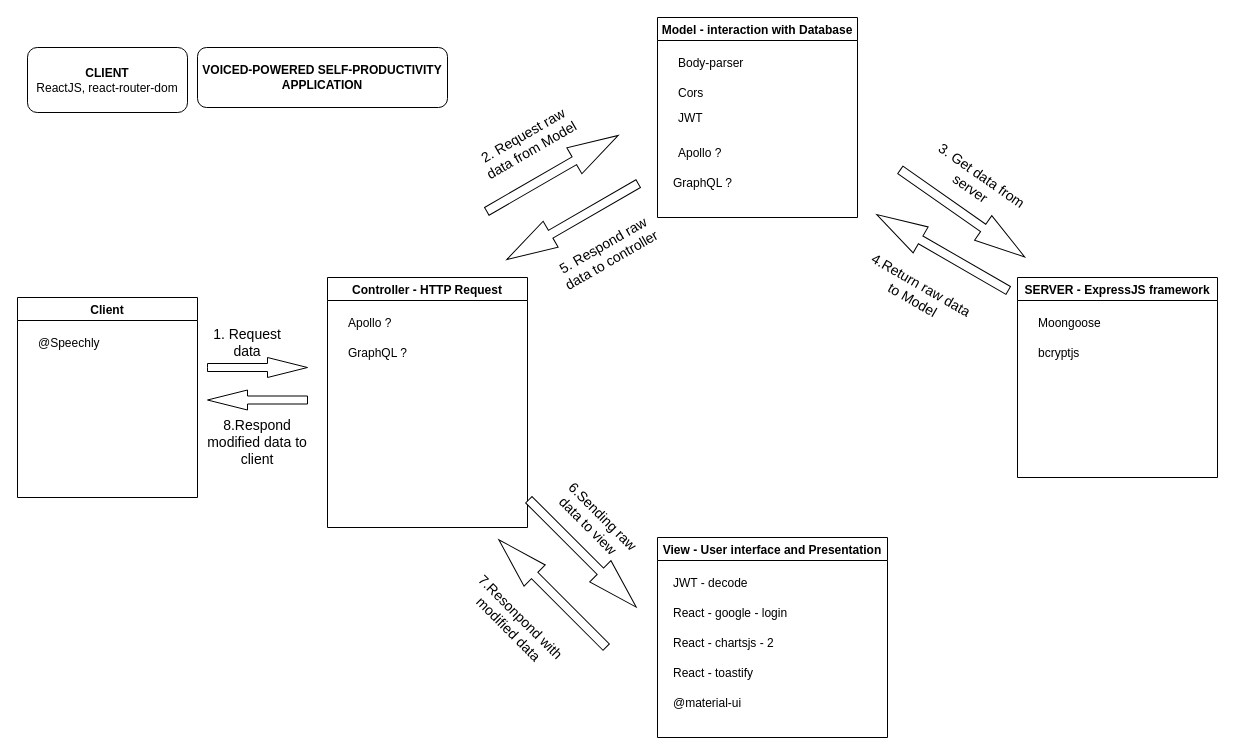
The draw.io diagram images/architecture.drawio in ViNguyen3747/Voice-Powered-Self-Productivity, before the edit. Source tidied: cells renumbered, new cells numbered last; positions are measured from the earlier drawing's top-left corner, leaving out a move shared by most shapes. Both pictures are drawn from the tidied source at 100%, with x=0, y=0 at pixel (17, 17).
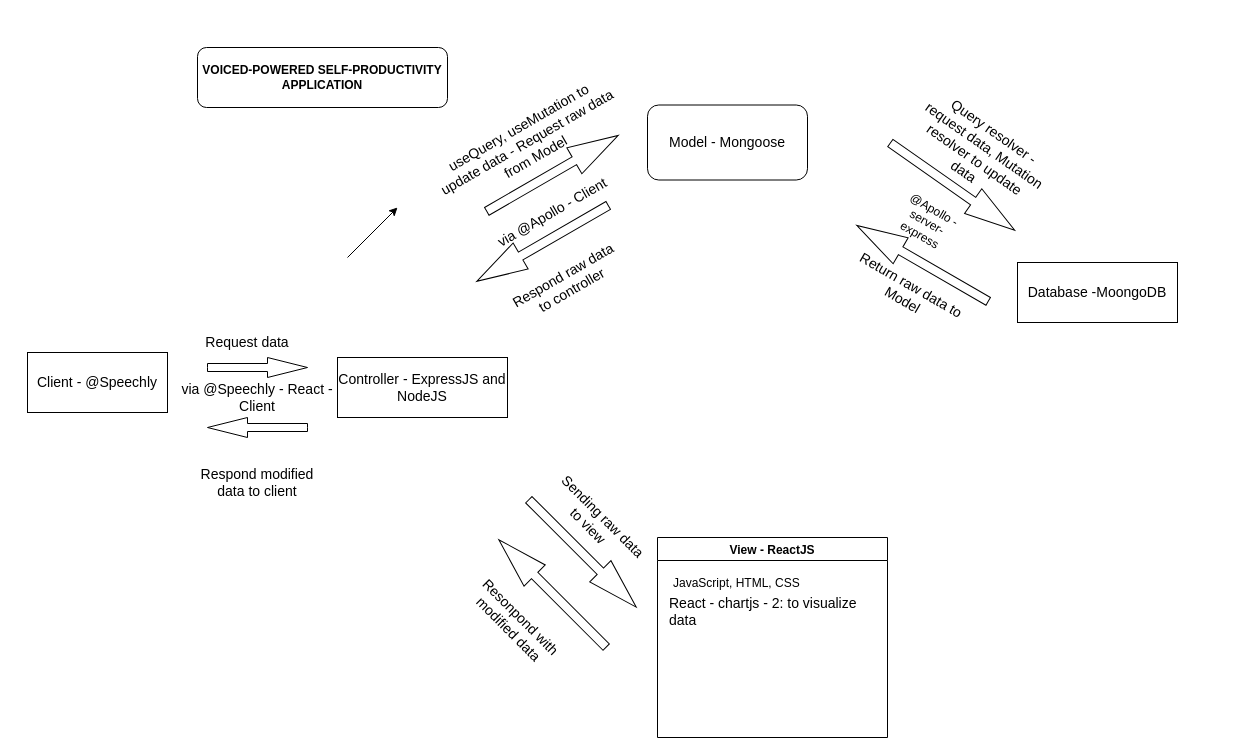
Above is the later version.

What changed in the source:
```diff
@@
-    <mxCell id="2" value="&lt;b&gt;CLIENT&lt;/b&gt;&lt;br&gt;ReactJS, react-router-dom" style="rounded=1;whiteSpace=wrap;html=1;" parent="1" vertex="1">
-      <mxGeometry x="10" y="30" width="160" height="65" as="geometry" />
-    </mxCell>
-    <mxCell id="3" value="Controller - HTTP Request" style="swimlane;align=center;" parent="1" vertex="1">
-      <mxGeometry x="310" y="260" width="200" height="250" as="geometry" />
-    </mxCell>
-    <mxCell id="4" value="Apollo ?" style="text;strokeColor=none;fillColor=none;align=left;verticalAlign=middle;spacingLeft=4;spacingRight=4;overflow=hidden;" parent="3" vertex="1">
-      <mxGeometry x="15" y="30" width="170" height="30" as="geometry" />
-    </mxCell>
-    <mxCell id="5" value="GraphQL ?" style="text;strokeColor=none;fillColor=none;align=left;verticalAlign=middle;spacingLeft=4;spacingRight=4;overflow=hidden;" parent="3" vertex="1">
-      <mxGeometry x="15" y="60" width="170" height="30" as="geometry" />
-    </mxCell>
-    <mxCell id="6" value="Model - interaction with Database" style="swimlane;align=center;" parent="1" vertex="1">
-      <mxGeometry x="640" width="200" height="200" as="geometry" />
-    </mxCell>
-    <mxCell id="7" value="Body-parser" style="text;strokeColor=none;fillColor=none;align=left;verticalAlign=middle;spacingLeft=4;spacingRight=4;overflow=hidden;" parent="6" vertex="1">
-      <mxGeometry x="15" y="30" width="170" height="30" as="geometry" />
-    </mxCell>
-    <mxCell id="8" value="Cors" style="text;strokeColor=none;fillColor=none;align=left;verticalAlign=middle;spacingLeft=4;spacingRight=4;overflow=hidden;" parent="6" vertex="1">
-      <mxGeometry x="15" y="60" width="170" height="30" as="geometry" />
-    </mxCell>
-    <mxCell id="9" value="JWT" style="text;strokeColor=none;fillColor=none;align=left;verticalAlign=middle;spacingLeft=4;spacingRight=4;overflow=hidden;" parent="6" vertex="1">
-      <mxGeometry x="15" y="85" width="170" height="30" as="geometry" />
-    </mxCell>
-    <mxCell id="10" value="Apollo ?" style="text;strokeColor=none;fillColor=none;align=left;verticalAlign=middle;spacingLeft=4;spacingRight=4;overflow=hidden;" parent="6" vertex="1">
-      <mxGeometry x="15" y="120" width="170" height="30" as="geometry" />
-    </mxCell>
-    <mxCell id="11" value="GraphQL ?" style="text;strokeColor=none;fillColor=none;align=left;verticalAlign=middle;spacingLeft=4;spacingRight=4;overflow=hidden;" parent="6" vertex="1">
-      <mxGeometry x="10" y="150" width="170" height="30" as="geometry" />
-    </mxCell>
-    <mxCell id="12" value="View - User interface and Presentation" style="swimlane;align=center;startSize=23;" parent="1" vertex="1">
+    <mxCell id="12" value="View - ReactJS" style="swimlane;align=center;startSize=23;" parent="1" vertex="1">
       <mxGeometry x="640" y="520" width="230" height="200" as="geometry" />
     </mxCell>
-    <mxCell id="13" value="JWT - decode" style="text;strokeColor=none;fillColor=none;align=left;verticalAlign=middle;spacingLeft=4;spacingRight=4;overflow=hidden;" parent="12" vertex="1">
+    <mxCell id="13" value="JavaScript, HTML, CSS" style="text;strokeColor=none;fillColor=none;align=left;verticalAlign=middle;spacingLeft=4;spacingRight=4;overflow=hidden;" parent="12" vertex="1">
       <mxGeometry x="10" y="30" width="170" height="30" as="geometry" />
     </mxCell>
-    <mxCell id="14" value="React - google - login" style="text;strokeColor=none;fillColor=none;align=left;verticalAlign=middle;spacingLeft=4;spacingRight=4;overflow=hidden;" parent="12" vertex="1">
-      <mxGeometry x="10" y="60" width="170" height="30" as="geometry" />
-    </mxCell>
-    <mxCell id="15" value="React - chartsjs - 2" style="text;strokeColor=none;fillColor=none;align=left;verticalAlign=middle;spacingLeft=4;spacingRight=4;overflow=hidden;" parent="12" vertex="1">
-      <mxGeometry x="10" y="90" width="170" height="30" as="geometry" />
-    </mxCell>
-    <mxCell id="16" value="React - toastify" style="text;strokeColor=none;fillColor=none;align=left;verticalAlign=middle;spacingLeft=4;spacingRight=4;overflow=hidden;" parent="12" vertex="1">
-      <mxGeometry x="10" y="120" width="170" height="30" as="geometry" />
-    </mxCell>
-    <mxCell id="17" value="@material-ui" style="text;strokeColor=none;fillColor=none;align=left;verticalAlign=middle;spacingLeft=4;spacingRight=4;overflow=hidden;" parent="12" vertex="1">
-      <mxGeometry x="10" y="150" width="170" height="30" as="geometry" />
-    </mxCell>
-    <mxCell id="18" value="SERVER - ExpressJS framework" style="swimlane;align=center;" parent="1" vertex="1">
-      <mxGeometry x="1000" y="260" width="200" height="200" as="geometry" />
-    </mxCell>
-    <mxCell id="19" value="Moongoose" style="text;strokeColor=none;fillColor=none;align=left;verticalAlign=middle;spacingLeft=4;spacingRight=4;overflow=hidden;" parent="18" vertex="1">
-      <mxGeometry x="15" y="30" width="170" height="30" as="geometry" />
-    </mxCell>
-    <mxCell id="20" value="bcryptjs" style="text;strokeColor=none;fillColor=none;align=left;verticalAlign=middle;spacingLeft=4;spacingRight=4;overflow=hidden;" parent="18" vertex="1">
-      <mxGeometry x="15" y="60" width="170" height="30" as="geometry" />
-    </mxCell>
+    <mxCell id="40" value="React - chartjs - 2: to visualize data" style="text;html=1;strokeColor=none;fillColor=none;align=left;verticalAlign=middle;whiteSpace=wrap;rounded=0;fontSize=14;" parent="12" vertex="1">
+      <mxGeometry x="10" y="60" width="210" height="28.2" as="geometry" />
+    </mxCell>
-    <mxCell id="21" value="&lt;font style=&quot;font-size: 14px&quot;&gt;1. Request data&lt;/font&gt;" style="text;html=1;strokeColor=none;fillColor=none;align=center;verticalAlign=middle;whiteSpace=wrap;rounded=0;" parent="1" vertex="1">
+    <mxCell id="21" value="&lt;font style=&quot;font-size: 14px&quot;&gt;Request data&lt;/font&gt;" style="text;html=1;strokeColor=none;fillColor=none;align=center;verticalAlign=middle;whiteSpace=wrap;rounded=0;" parent="1" vertex="1">
       <mxGeometry x="180" y="310" width="100" height="30" as="geometry" />
     </mxCell>
-    <mxCell id="22" value="&lt;font style=&quot;font-size: 14px&quot;&gt;8.Respond modified data to client&lt;/font&gt;" style="text;html=1;strokeColor=none;fillColor=none;align=center;verticalAlign=middle;whiteSpace=wrap;rounded=0;" parent="1" vertex="1">
-      <mxGeometry x="180" y="410" width="120" height="30" as="geometry" />
+    <mxCell id="22" value="&lt;font style=&quot;font-size: 14px&quot;&gt;Respond modified data to client&lt;/font&gt;" style="text;html=1;strokeColor=none;fillColor=none;align=center;verticalAlign=middle;whiteSpace=wrap;rounded=0;" parent="1" vertex="1">
+      <mxGeometry x="180" y="450" width="120" height="30" as="geometry" />
     </mxCell>
@@
     <mxCell id="24" style="html=1;shadow=0;dashed=0;align=center;verticalAlign=middle;shape=mxgraph.arrows2.arrow;dy=0.6;dx=40;flipH=1;notch=0;" parent="1" vertex="1">
-      <mxGeometry x="190" y="372.5" width="100" height="20" as="geometry" />
+      <mxGeometry x="190" y="400" width="100" height="20" as="geometry" />
     </mxCell>
-    <mxCell id="25" value="&lt;font style=&quot;font-size: 14px&quot;&gt;2. Request raw data from Model&lt;/font&gt;" style="text;html=1;strokeColor=none;fillColor=none;align=center;verticalAlign=middle;whiteSpace=wrap;rounded=0;rotation=-30;" parent="1" vertex="1">
-      <mxGeometry x="450" y="110" width="120" height="30" as="geometry" />
+    <mxCell id="25" value="&lt;font style=&quot;font-size: 14px&quot;&gt;useQuery, useMutation to update data - Request raw data from Model&lt;/font&gt;" style="text;html=1;strokeColor=none;fillColor=none;align=center;verticalAlign=middle;whiteSpace=wrap;rounded=0;rotation=-30;" parent="1" vertex="1">
+      <mxGeometry x="410" y="110" width="200" height="30" as="geometry" />
     </mxCell>
-    <mxCell id="26" value="&lt;font style=&quot;font-size: 14px&quot;&gt;5. Respond raw data to controller&lt;/font&gt;" style="text;html=1;strokeColor=none;fillColor=none;align=center;verticalAlign=middle;whiteSpace=wrap;rounded=0;rotation=-30;" parent="1" vertex="1">
-      <mxGeometry x="530" y="220" width="120" height="30" as="geometry" />
+    <mxCell id="26" value="&lt;font style=&quot;font-size: 14px&quot;&gt;Respond raw data to controller&lt;/font&gt;" style="text;html=1;strokeColor=none;fillColor=none;align=center;verticalAlign=middle;whiteSpace=wrap;rounded=0;rotation=-30;" parent="1" vertex="1">
+      <mxGeometry x="490" y="250" width="120" height="30" as="geometry" />
     </mxCell>
@@
     <mxCell id="28" style="html=1;shadow=0;dashed=0;align=center;verticalAlign=middle;shape=mxgraph.arrows2.arrow;dy=0.7;dx=50.66;direction=north;notch=0;rotation=-120;" parent="1" vertex="1">
-      <mxGeometry x="540" y="128.2" width="30" height="151.8" as="geometry" />
+      <mxGeometry x="510" y="150" width="30" height="151.8" as="geometry" />
     </mxCell>
@@
-    <mxCell id="31" value="&lt;font style=&quot;font-size: 14px&quot;&gt;6.Sending raw data to view&amp;nbsp;&amp;nbsp;&lt;/font&gt;" style="text;html=1;strokeColor=none;fillColor=none;align=center;verticalAlign=middle;whiteSpace=wrap;rounded=0;rotation=45;" parent="1" vertex="1">
+    <mxCell id="31" value="&lt;font style=&quot;font-size: 14px&quot;&gt;Sending raw data to view&amp;nbsp;&amp;nbsp;&lt;/font&gt;" style="text;html=1;strokeColor=none;fillColor=none;align=center;verticalAlign=middle;whiteSpace=wrap;rounded=0;rotation=45;" parent="1" vertex="1">
       <mxGeometry x="520" y="490" width="120" height="30" as="geometry" />
     </mxCell>
-    <mxCell id="32" value="&lt;font style=&quot;font-size: 14px&quot;&gt;7.Resonpond with modified data&lt;/font&gt;" style="text;html=1;strokeColor=none;fillColor=none;align=center;verticalAlign=middle;whiteSpace=wrap;rounded=0;rotation=45;" parent="1" vertex="1">
+    <mxCell id="32" value="&lt;font style=&quot;font-size: 14px&quot;&gt;Resonpond with modified data&lt;/font&gt;" style="text;html=1;strokeColor=none;fillColor=none;align=center;verticalAlign=middle;whiteSpace=wrap;rounded=0;rotation=45;" parent="1" vertex="1">
       <mxGeometry x="433.4" y="583.2" width="130" height="44.6" as="geometry" />
     </mxCell>
     <mxCell id="33" style="html=1;shadow=0;dashed=0;align=center;verticalAlign=middle;shape=mxgraph.arrows2.arrow;dy=0.7;dx=50.66;direction=north;notch=0;rotation=125;" parent="1" vertex="1">
-      <mxGeometry x="930" y="120" width="30" height="151.8" as="geometry" />
+      <mxGeometry x="920" y="93.2" width="30" height="151.8" as="geometry" />
     </mxCell>
-    <mxCell id="34" value="&lt;span style=&quot;font-size: 14px&quot;&gt;3. Get data from server&amp;nbsp;&lt;/span&gt;" style="text;html=1;strokeColor=none;fillColor=none;align=center;verticalAlign=middle;whiteSpace=wrap;rounded=0;rotation=35;" parent="1" vertex="1">
-      <mxGeometry x="900" y="150" width="120" height="30" as="geometry" />
+    <mxCell id="34" value="&lt;span style=&quot;font-size: 14px&quot;&gt;Query resolver - request data, Mutation resolver to update data&amp;nbsp;&lt;/span&gt;" style="text;html=1;strokeColor=none;fillColor=none;align=center;verticalAlign=middle;whiteSpace=wrap;rounded=0;rotation=35;" parent="1" vertex="1">
+      <mxGeometry x="890" y="110" width="145" height="50" as="geometry" />
     </mxCell>
     <mxCell id="35" style="html=1;shadow=0;dashed=0;align=center;verticalAlign=middle;shape=mxgraph.arrows2.arrow;dy=0.7;dx=50.66;direction=north;notch=0;rotation=-60;" parent="1" vertex="1">
-      <mxGeometry x="910" y="159.1" width="30" height="151.8" as="geometry" />
+      <mxGeometry x="890" y="170" width="30" height="151.8" as="geometry" />
     </mxCell>
-    <mxCell id="36" value="&lt;span style=&quot;font-size: 14px&quot;&gt;4.Return raw data to Model&lt;/span&gt;" style="text;html=1;strokeColor=none;fillColor=none;align=center;verticalAlign=middle;whiteSpace=wrap;rounded=0;rotation=30;" parent="1" vertex="1">
-      <mxGeometry x="840" y="260" width="120" height="30" as="geometry" />
+    <mxCell id="36" value="&lt;span style=&quot;font-size: 14px&quot;&gt;Return raw data to Model&lt;/span&gt;" style="text;html=1;strokeColor=none;fillColor=none;align=center;verticalAlign=middle;whiteSpace=wrap;rounded=0;rotation=30;" parent="1" vertex="1">
+      <mxGeometry x="830" y="260" width="120" height="30" as="geometry" />
     </mxCell>
-    <mxCell id="37" value="Client" style="swimlane;align=center;" parent="1" vertex="1">
-      <mxGeometry y="280" width="180" height="200" as="geometry" />
-    </mxCell>
-    <mxCell id="38" value="@Speechly" style="text;strokeColor=none;fillColor=none;align=left;verticalAlign=middle;spacingLeft=4;spacingRight=4;overflow=hidden;" parent="37" vertex="1">
-      <mxGeometry x="15" y="30" width="170" height="30" as="geometry" />
-    </mxCell>
@@
+    <mxCell id="41" value="@Apollo - server- express" style="text;html=1;strokeColor=none;fillColor=none;align=center;verticalAlign=middle;whiteSpace=wrap;rounded=0;rotation=30;" parent="1" vertex="1">
+      <mxGeometry x="880" y="190" width="60" height="30" as="geometry" />
+    </mxCell>
+    <mxCell id="42" value="Database -MoongoDB" style="rounded=0;whiteSpace=wrap;html=1;fontSize=14;" parent="1" vertex="1">
+      <mxGeometry x="1000" y="245" width="160" height="60" as="geometry" />
+    </mxCell>
+    <mxCell id="43" value="Model - Mongoose" style="rounded=1;whiteSpace=wrap;html=1;fontSize=14;" parent="1" vertex="1">
+      <mxGeometry x="630" y="87.5" width="160" height="75" as="geometry" />
+    </mxCell>
+    <mxCell id="44" value="Controller - ExpressJS and NodeJS" style="rounded=0;whiteSpace=wrap;html=1;fontSize=14;" parent="1" vertex="1">
+      <mxGeometry x="320" y="340" width="170" height="60" as="geometry" />
+    </mxCell>
+    <mxCell id="45" value="via @Speechly - React - Client" style="text;html=1;strokeColor=none;fillColor=none;align=center;verticalAlign=middle;whiteSpace=wrap;rounded=0;fontSize=14;" parent="1" vertex="1">
+      <mxGeometry x="155" y="365" width="170" height="30" as="geometry" />
+    </mxCell>
+    <mxCell id="46" value="via @Apollo - Client" style="text;html=1;strokeColor=none;fillColor=none;align=center;verticalAlign=middle;whiteSpace=wrap;rounded=0;fontSize=14;rotation=-30;" parent="1" vertex="1">
+      <mxGeometry x="465" y="180" width="140" height="30" as="geometry" />
+    </mxCell>
+    <mxCell id="47" style="endArrow=classic;html=1;rounded=0;fontSize=14;" parent="1" edge="1">
+      <mxGeometry relative="1" as="geometry">
+        <mxPoint x="330" y="240" as="sourcePoint" />
+        <mxPoint x="380" y="190" as="targetPoint" />
+      </mxGeometry>
+    </mxCell>
+    <mxCell id="48" value="Client - @Speechly" style="rounded=0;whiteSpace=wrap;html=1;fontSize=14;align=center;" parent="1" vertex="1">
+      <mxGeometry x="10" y="335" width="140" height="60" as="geometry" />
+    </mxCell>
```
